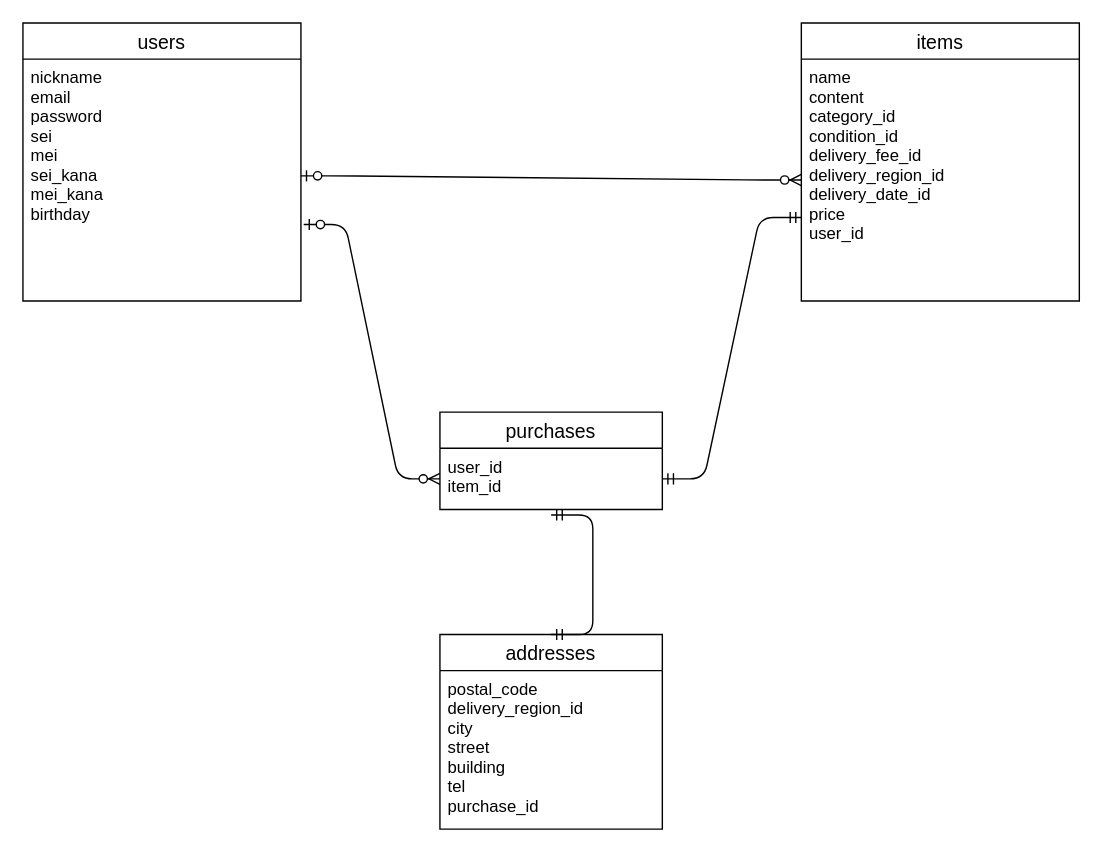
numan2023/furima-39922 keeps this draw.io diagram as furima.dio. Above is the earlier version. Source tidied: cells renumbered, new cells numbered last; positions are measured from the earlier drawing's top-left corner, leaving out a move shared by most shapes. Both pictures are drawn from the tidied source at 139%, with x=0, y=0 at pixel (22, 22).
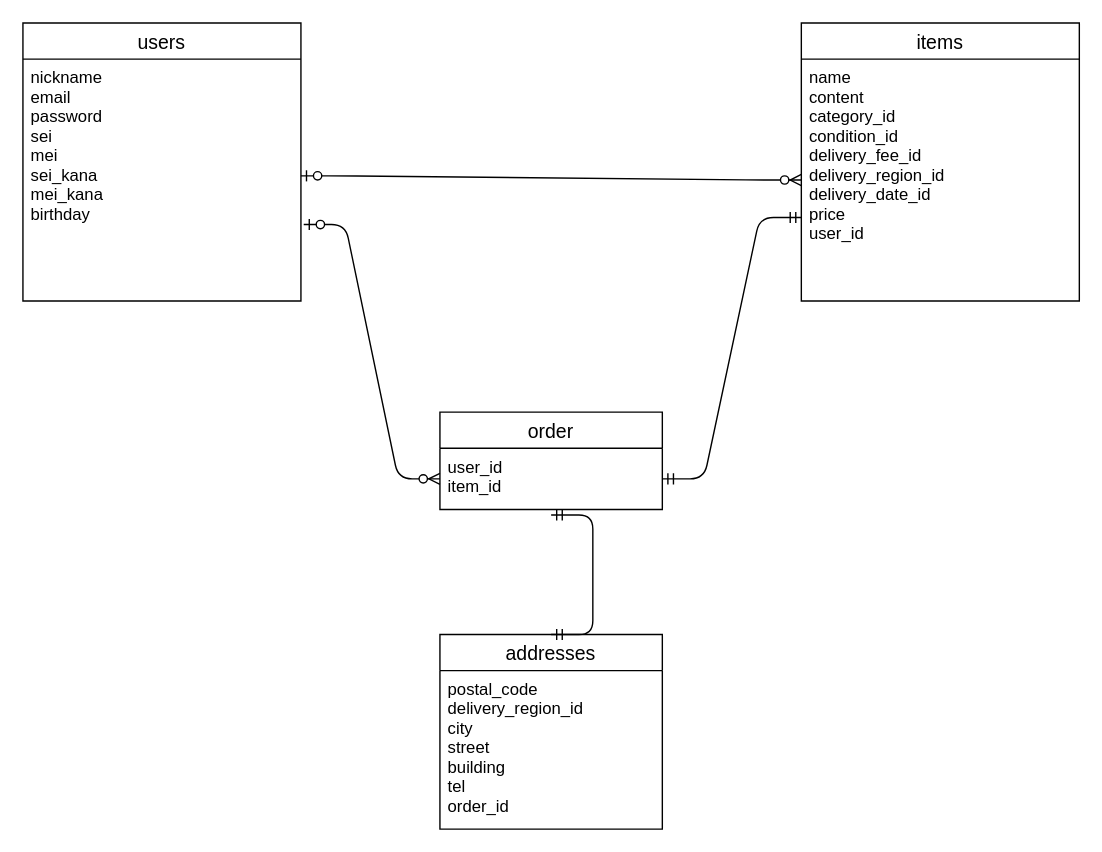
After the change.

Diff of the diagram source:
```diff
@@
 <mxGraphModel>
   <root>
     <mxCell id="0" />
     <mxCell id="1" parent="0" />
     <mxCell id="2" value="users" style="swimlane;fontStyle=0;horizontal=1;startSize=26;align=center;fontSize=14;" parent="1" vertex="1">
       <mxGeometry width="200" height="200" as="geometry" />
     </mxCell>
     <mxCell id="3" value="nickname&#10;email&#10;password&#10;sei&#10;mei&#10;sei_kana&#10;mei_kana&#10;birthday" style="text;strokeColor=none;fillColor=none;spacingLeft=4;spacingRight=4;overflow=hidden;points=[[0,0.5],[1,0.5]];portConstraint=eastwest;fontSize=12;" parent="2" vertex="1">
       <mxGeometry y="26" width="200" height="174" as="geometry" />
     </mxCell>
     <mxCell id="4" value="items" style="swimlane;fontStyle=0;horizontal=1;startSize=26;align=center;fontSize=14;" parent="1" vertex="1">
       <mxGeometry x="560" width="200" height="200" as="geometry" />
     </mxCell>
     <mxCell id="5" value="name&#10;content&#10;category_id&#10;condition_id&#10;delivery_fee_id&#10;delivery_region_id&#10;delivery_date_id&#10;price&#10;user_id&#10;" style="text;strokeColor=none;fillColor=none;spacingLeft=4;spacingRight=4;overflow=hidden;points=[[0,0.5],[1,0.5]];portConstraint=eastwest;fontSize=12;" parent="4" vertex="1">
       <mxGeometry y="26" width="200" height="174" as="geometry" />
     </mxCell>
-    <mxCell id="6" value="purchases" style="swimlane;fontStyle=0;horizontal=1;startSize=26;align=center;fontSize=14;" parent="1" vertex="1">
+    <mxCell id="6" value="order" style="swimlane;fontStyle=0;horizontal=1;startSize=26;align=center;fontSize=14;" parent="1" vertex="1">
       <mxGeometry x="300" y="280" width="160" height="70" as="geometry" />
     </mxCell>
     <mxCell id="7" value="user_id&#10;item_id" style="text;strokeColor=none;fillColor=none;spacingLeft=4;spacingRight=4;overflow=hidden;points=[[0,0.5],[1,0.5]];portConstraint=eastwest;fontSize=12;" parent="6" vertex="1">
       <mxGeometry y="26" width="160" height="44" as="geometry" />
     </mxCell>
     <mxCell id="8" value="addresses" style="swimlane;fontStyle=0;horizontal=1;startSize=26;align=center;fontSize=14;" parent="1" vertex="1">
       <mxGeometry x="300" y="440" width="160" height="140" as="geometry" />
     </mxCell>
-    <mxCell id="9" value="postal_code&#10;delivery_region_id&#10;city&#10;street&#10;building&#10;tel&#10;purchase_id" style="text;strokeColor=none;fillColor=none;spacingLeft=4;spacingRight=4;overflow=hidden;fontSize=12;" parent="8" vertex="1">
+    <mxCell id="9" value="postal_code&#10;delivery_region_id&#10;city&#10;street&#10;building&#10;tel&#10;order_id" style="text;strokeColor=none;fillColor=none;spacingLeft=4;spacingRight=4;overflow=hidden;fontSize=12;" parent="8" vertex="1">
       <mxGeometry y="26" width="160" height="114" as="geometry" />
     </mxCell>
     <mxCell id="10" style="edgeStyle=entityRelationEdgeStyle;fontSize=12;html=1;endArrow=ERzeroToMany;startArrow=ERzeroToOne;entryX=0;entryY=0.5;entryDx=0;entryDy=0;" parent="1" edge="1" target="5">
       <mxGeometry relative="1" as="geometry">
         <mxPoint x="200" y="110" as="sourcePoint" />
       </mxGeometry>
     </mxCell>
     <mxCell id="11" style="edgeStyle=entityRelationEdgeStyle;fontSize=12;html=1;endArrow=ERzeroToMany;startArrow=ERzeroToOne;entryX=0;entryY=0.5;entryDx=0;entryDy=0;exitX=1.01;exitY=0.684;exitDx=0;exitDy=0;exitPerimeter=0;" parent="1" edge="1" source="3" target="7">
       <mxGeometry relative="1" as="geometry" />
     </mxCell>
     <mxCell id="12" style="edgeStyle=entityRelationEdgeStyle;fontSize=12;html=1;endArrow=ERmandOne;startArrow=ERmandOne;exitX=1;exitY=0.5;exitDx=0;exitDy=0;entryX=0;entryY=0.655;entryDx=0;entryDy=0;entryPerimeter=0;" parent="1" edge="1" source="7" target="5">
       <mxGeometry relative="1" as="geometry" />
     </mxCell>
     <mxCell id="13" style="edgeStyle=entityRelationEdgeStyle;fontSize=12;html=1;endArrow=ERmandOne;startArrow=ERmandOne;exitX=0.5;exitY=0;exitDx=0;exitDy=0;entryX=0.5;entryY=1.091;entryDx=0;entryDy=0;entryPerimeter=0;" parent="1" edge="1" source="8" target="7">
       <mxGeometry relative="1" as="geometry" />
     </mxCell>
   </root>
 </mxGraphModel>
```
